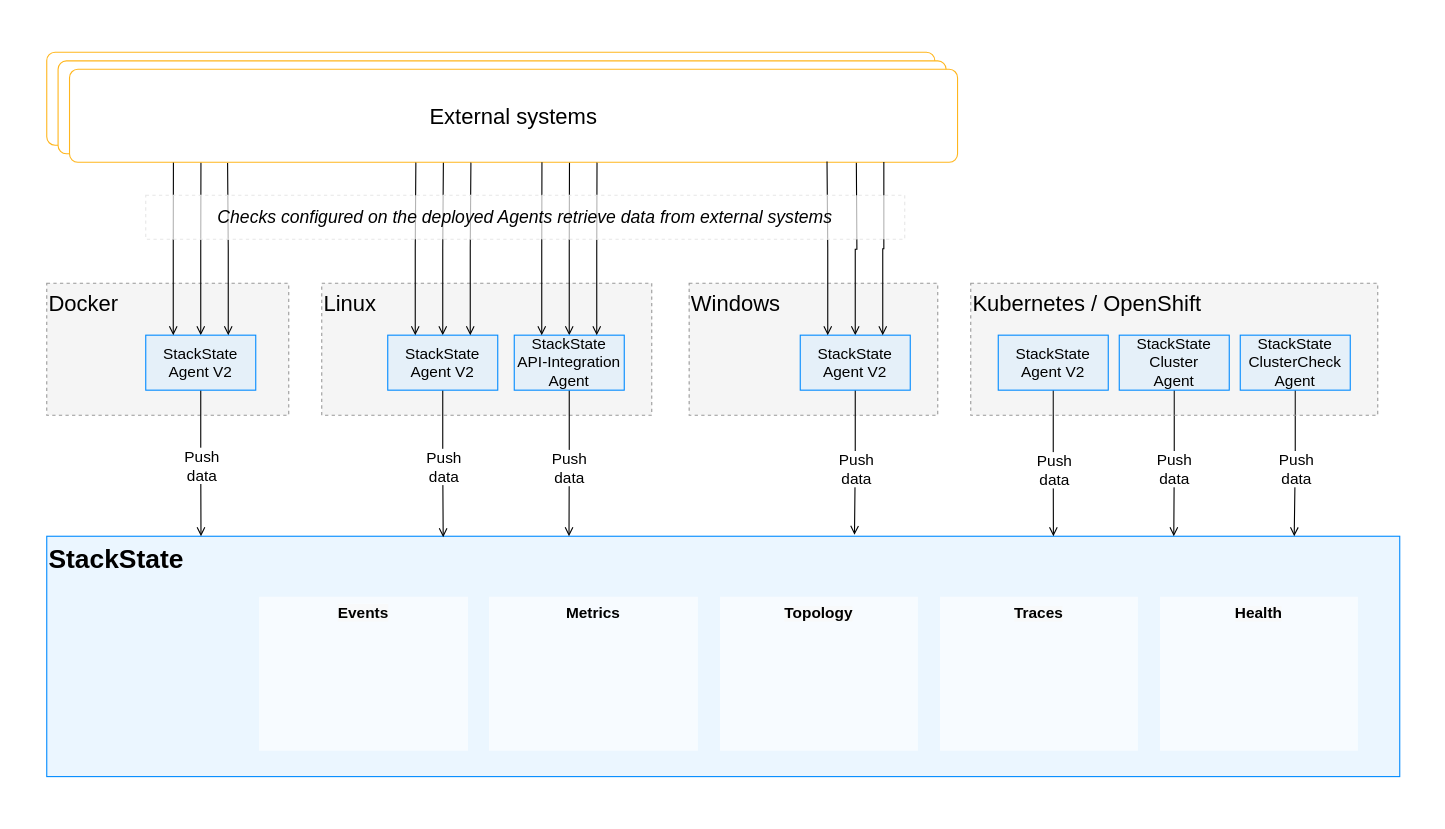
Earlier version of the draw.io diagram resources/drawio/stackstate-agent.drawio (StackVista/stackstate-docs). Source tidied: cells renumbered, new cells numbered last; positions are measured from the earlier drawing's top-left corner, leaving out a move shared by most shapes. Both pictures are drawn from the tidied source at 110%, with x=0, y=0 at pixel (19, 19).
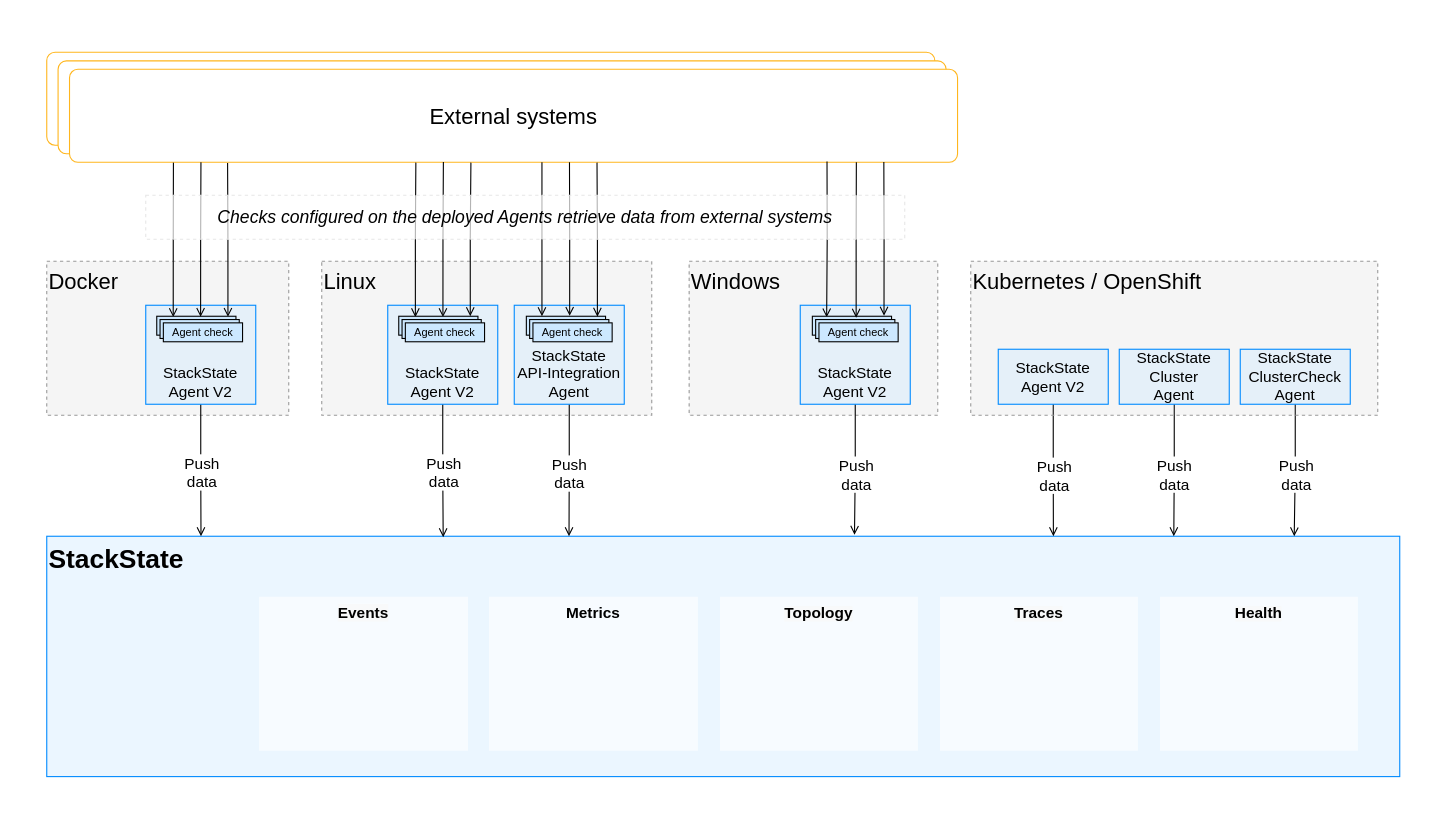
The same diagram, later.

The change refers to these unchanged cells:
```xml
<mxCell id="40" value="&lt;font style=&quot;font-size: 20px&quot;&gt;External systems&lt;/font&gt;" style="rounded=1;whiteSpace=wrap;html=1;align=center;arcSize=9;strokeColor=#FFB61E;" parent="37" vertex="1">
  <mxGeometry x="20.7" y="15.5" width="807.3" height="84.5" as="geometry" />
</mxCell>
```

Change to the diagram source:
```diff
@@
     <mxCell id="12" value="&lt;font style=&quot;font-size: 20px&quot;&gt;Docker&lt;/font&gt;" style="rounded=0;whiteSpace=wrap;html=1;align=left;arcSize=9;verticalAlign=top;strokeColor=#999999;dashed=1;fillColor=#999999;fillOpacity=10;" parent="1" vertex="1">
-      <mxGeometry x="25" y="240" width="220" height="120" as="geometry" />
+      <mxGeometry x="25" y="220" width="220" height="140" as="geometry" />
     </mxCell>
     <mxCell id="13" value="&lt;font style=&quot;font-size: 20px&quot;&gt;Linux&lt;/font&gt;" style="rounded=0;whiteSpace=wrap;html=1;align=left;arcSize=9;verticalAlign=top;strokeColor=#999999;dashed=1;fillColor=#999999;fillOpacity=10;" parent="1" vertex="1">
-      <mxGeometry x="275" y="240" width="300" height="120" as="geometry" />
+      <mxGeometry x="275" y="220" width="300" height="140" as="geometry" />
     </mxCell>
     <mxCell id="14" value="&lt;font style=&quot;font-size: 20px&quot;&gt;Windows&lt;/font&gt;" style="rounded=0;whiteSpace=wrap;html=1;align=left;arcSize=9;verticalAlign=top;strokeColor=#999999;dashed=1;fillColor=#999999;fillOpacity=10;" parent="1" vertex="1">
-      <mxGeometry x="609" y="240" width="226" height="120" as="geometry" />
+      <mxGeometry x="609" y="220" width="226" height="140" as="geometry" />
     </mxCell>
@@
-    <mxCell id="17" style="edgeStyle=orthogonalEdgeStyle;rounded=0;jettySize=auto;html=1;exitX=0.5;exitY=0;exitDx=0;exitDy=0;startArrow=open;startFill=0;endArrow=none;endFill=0;" parent="1" edge="1" source="18">
-      <mxGeometry relative="1" as="geometry">
-        <mxPoint x="761" y="130" as="targetPoint" />
-      </mxGeometry>
-    </mxCell>
-    <mxCell id="18" value="&lt;span style=&quot;font-style: normal&quot;&gt;&lt;font style=&quot;font-size: 14px&quot;&gt;StackState&lt;br&gt;Agent V2&lt;/font&gt;&lt;/span&gt;" style="rounded=0;whiteSpace=wrap;html=1;strokeWidth=1;strokeColor=#008AFF;fontStyle=2;fillColor=#CCE8FF;fillOpacity=40;" parent="1" vertex="1">
-      <mxGeometry x="710" y="287.2" width="100" height="50" as="geometry" />
+    <mxCell id="18" value="&lt;span style=&quot;font-style: normal&quot;&gt;&lt;font style=&quot;font-size: 14px&quot;&gt;StackState&lt;br&gt;Agent V2&lt;/font&gt;&lt;/span&gt;" style="rounded=0;whiteSpace=wrap;html=1;strokeWidth=1;strokeColor=#008AFF;fontStyle=2;fillColor=#CCE8FF;fillOpacity=40;verticalAlign=bottom;" parent="1" vertex="1">
+      <mxGeometry x="710" y="260" width="100" height="90" as="geometry" />
     </mxCell>
@@
-    <mxCell id="21" style="edgeStyle=orthogonalEdgeStyle;rounded=0;jettySize=auto;html=1;exitX=0.5;exitY=0;exitDx=0;exitDy=0;entryX=0.421;entryY=0.998;entryDx=0;entryDy=0;entryPerimeter=0;startArrow=open;startFill=0;endArrow=none;endFill=0;" parent="1" edge="1" source="22" target="40">
-      <mxGeometry relative="1" as="geometry" />
-    </mxCell>
-    <mxCell id="22" value="&lt;span style=&quot;font-style: normal&quot;&gt;&lt;font style=&quot;font-size: 14px&quot;&gt;StackState&lt;br&gt;Agent V2&lt;/font&gt;&lt;/span&gt;" style="rounded=0;whiteSpace=wrap;html=1;strokeWidth=1;strokeColor=#008AFF;fontStyle=2;fillColor=#CCE8FF;fillOpacity=40;" parent="1" vertex="1">
-      <mxGeometry x="335" y="287.2" width="100" height="50" as="geometry" />
+    <mxCell id="22" value="&lt;span style=&quot;font-style: normal&quot;&gt;&lt;font style=&quot;font-size: 14px&quot;&gt;StackState&lt;br&gt;Agent V2&lt;/font&gt;&lt;/span&gt;" style="rounded=0;whiteSpace=wrap;html=1;strokeWidth=1;strokeColor=#008AFF;fontStyle=2;fillColor=#CCE8FF;fillOpacity=40;verticalAlign=bottom;" parent="1" vertex="1">
+      <mxGeometry x="335" y="260" width="100" height="90" as="geometry" />
     </mxCell>
@@
-    <mxCell id="25" style="edgeStyle=orthogonalEdgeStyle;rounded=0;jettySize=auto;html=1;exitX=0.5;exitY=0;exitDx=0;exitDy=0;startArrow=open;startFill=0;endArrow=none;endFill=0;entryX=0.563;entryY=1;entryDx=0;entryDy=0;entryPerimeter=0;" parent="1" edge="1" source="26" target="40">
-      <mxGeometry relative="1" as="geometry" />
-    </mxCell>
-    <mxCell id="26" value="&lt;span style=&quot;font-size: 14px ; font-style: normal&quot;&gt;StackState&lt;br&gt;API-Integration Agent&lt;/span&gt;" style="rounded=0;whiteSpace=wrap;html=1;strokeWidth=1;strokeColor=#008AFF;fontStyle=2;fillColor=#CCE8FF;fillOpacity=40;" parent="1" vertex="1">
-      <mxGeometry x="450" y="287.2" width="100" height="50" as="geometry" />
+    <mxCell id="26" value="&lt;span style=&quot;font-size: 14px ; font-style: normal&quot;&gt;StackState&lt;br&gt;API-Integration Agent&lt;/span&gt;" style="rounded=0;whiteSpace=wrap;html=1;strokeWidth=1;strokeColor=#008AFF;fontStyle=2;fillColor=#CCE8FF;fillOpacity=40;verticalAlign=bottom;" parent="1" vertex="1">
+      <mxGeometry x="450" y="260" width="100" height="90" as="geometry" />
     </mxCell>
@@
-    <mxCell id="29" style="edgeStyle=orthogonalEdgeStyle;rounded=0;jettySize=auto;html=1;exitX=0.5;exitY=0;exitDx=0;exitDy=0;endArrow=none;endFill=0;startArrow=open;startFill=0;entryX=0.148;entryY=1;entryDx=0;entryDy=0;entryPerimeter=0;" parent="1" edge="1" source="30" target="40">
-      <mxGeometry relative="1" as="geometry" />
-    </mxCell>
-    <mxCell id="30" value="&lt;span style=&quot;font-style: normal&quot;&gt;&lt;font style=&quot;font-size: 14px&quot;&gt;StackState&lt;br&gt;Agent V2&lt;/font&gt;&lt;/span&gt;" style="rounded=0;whiteSpace=wrap;html=1;strokeWidth=1;strokeColor=#008AFF;fontStyle=2;fillColor=#CCE8FF;fillOpacity=40;" parent="1" vertex="1">
-      <mxGeometry x="115" y="287.2" width="100" height="50" as="geometry" />
+    <mxCell id="30" value="&lt;span style=&quot;font-style: normal&quot;&gt;&lt;font style=&quot;font-size: 14px&quot;&gt;StackState&lt;br&gt;Agent V2&lt;/font&gt;&lt;/span&gt;" style="rounded=0;whiteSpace=wrap;html=1;strokeWidth=1;strokeColor=#008AFF;fontStyle=2;fillColor=#CCE8FF;fillOpacity=40;verticalAlign=bottom;" parent="1" vertex="1">
+      <mxGeometry x="115" y="260" width="100" height="90" as="geometry" />
     </mxCell>
@@
     <mxCell id="41" value="&lt;font style=&quot;font-size: 20px&quot;&gt;Kubernetes / OpenShift&lt;/font&gt;" style="rounded=0;whiteSpace=wrap;html=1;align=left;arcSize=9;verticalAlign=top;strokeColor=#999999;dashed=1;fillColor=#999999;fillOpacity=10;" parent="1" vertex="1">
-      <mxGeometry x="865" y="240" width="370" height="120" as="geometry" />
+      <mxGeometry x="865" y="220" width="370" height="140" as="geometry" />
     </mxCell>
-    <mxCell id="42" style="group;" parent="1" vertex="1">
-      <mxGeometry x="890" y="287.2" width="320" height="50" as="geometry" />
+    <mxCell id="42" style="group;verticalAlign=bottom;" parent="1" vertex="1">
+      <mxGeometry x="890" y="300" width="320" height="50" as="geometry" />
     </mxCell>
@@
-    <mxCell id="46" style="edgeStyle=orthogonalEdgeStyle;rounded=0;jettySize=auto;html=1;exitX=0.75;exitY=0;exitDx=0;exitDy=0;endArrow=none;endFill=0;startArrow=open;startFill=0;entryX=0.178;entryY=1.007;entryDx=0;entryDy=0;entryPerimeter=0;" parent="1" edge="1" source="30" target="40">
+    <mxCell id="46" style="edgeStyle=orthogonalEdgeStyle;rounded=0;jettySize=auto;html=1;exitX=0.899;exitY=0.032;exitDx=0;exitDy=0;endArrow=none;endFill=0;startArrow=open;startFill=0;entryX=0.178;entryY=1.007;entryDx=0;entryDy=0;entryPerimeter=0;exitPerimeter=0;" parent="1" edge="1" source="64" target="40">
       <mxGeometry relative="1" as="geometry" />
     </mxCell>
-    <mxCell id="47" style="edgeStyle=orthogonalEdgeStyle;rounded=0;jettySize=auto;html=1;exitX=0.25;exitY=0;exitDx=0;exitDy=0;endArrow=none;endFill=0;startArrow=open;startFill=0;entryX=0.117;entryY=1.004;entryDx=0;entryDy=0;entryPerimeter=0;" parent="1" edge="1" source="30" target="40">
+    <mxCell id="47" style="edgeStyle=orthogonalEdgeStyle;rounded=0;jettySize=auto;html=1;exitX=0.208;exitY=0.046;exitDx=0;exitDy=0;endArrow=none;endFill=0;startArrow=open;startFill=0;entryX=0.117;entryY=1.004;entryDx=0;entryDy=0;entryPerimeter=0;exitPerimeter=0;" parent="1" edge="1" source="64" target="40">
       <mxGeometry relative="1" as="geometry" />
     </mxCell>
+    <mxCell id="53" style="edgeStyle=orthogonalEdgeStyle;rounded=0;jettySize=auto;html=1;startArrow=open;startFill=0;endArrow=none;endFill=0;entryX=0.853;entryY=0.991;entryDx=0;entryDy=0;entryPerimeter=0;" parent="1" edge="1" target="40">
+      <mxGeometry relative="1" as="geometry">
+        <mxPoint x="734" y="271" as="sourcePoint" />
+      </mxGeometry>
+    </mxCell>
+    <mxCell id="21" style="edgeStyle=orthogonalEdgeStyle;rounded=0;jettySize=auto;html=1;exitX=0.558;exitY=0.046;exitDx=0;exitDy=0;entryX=0.421;entryY=0.998;entryDx=0;entryDy=0;entryPerimeter=0;startArrow=open;startFill=0;endArrow=none;endFill=0;exitPerimeter=0;" parent="1" edge="1" source="56" target="40">
+      <mxGeometry relative="1" as="geometry" />
+    </mxCell>
-    <mxCell id="48" style="edgeStyle=orthogonalEdgeStyle;rounded=0;jettySize=auto;html=1;exitX=0.25;exitY=0;exitDx=0;exitDy=0;endArrow=none;endFill=0;startArrow=open;startFill=0;entryX=0.39;entryY=1.004;entryDx=0;entryDy=0;entryPerimeter=0;" parent="1" edge="1" source="22" target="40">
+    <mxCell id="48" style="edgeStyle=orthogonalEdgeStyle;rounded=0;jettySize=auto;html=1;endArrow=none;endFill=0;startArrow=open;startFill=0;entryX=0.39;entryY=1.004;entryDx=0;entryDy=0;entryPerimeter=0;exitX=0.21;exitY=0.047;exitDx=0;exitDy=0;exitPerimeter=0;" parent="1" edge="1" source="56" target="40">
       <mxGeometry relative="1" as="geometry" />
     </mxCell>
-    <mxCell id="49" style="edgeStyle=orthogonalEdgeStyle;rounded=0;jettySize=auto;html=1;exitX=0.75;exitY=0;exitDx=0;exitDy=0;endArrow=none;endFill=0;startArrow=open;startFill=0;entryX=0.452;entryY=1.004;entryDx=0;entryDy=0;entryPerimeter=0;" parent="1" edge="1" source="22" target="40">
+    <mxCell id="49" style="edgeStyle=orthogonalEdgeStyle;rounded=0;jettySize=auto;html=1;exitX=0.903;exitY=0;exitDx=0;exitDy=0;endArrow=none;endFill=0;startArrow=open;startFill=0;entryX=0.452;entryY=1.004;entryDx=0;entryDy=0;entryPerimeter=0;exitPerimeter=0;" parent="1" edge="1" source="56" target="40">
       <mxGeometry relative="1" as="geometry" />
     </mxCell>
+    <mxCell id="55" style="group;" parent="1" vertex="1">
+      <mxGeometry x="345" y="270" width="78" height="23.2" as="geometry" />
+    </mxCell>
+    <mxCell id="56" style="rounded=0;whiteSpace=wrap;html=1;strokeWidth=1;fontStyle=2;fillColor=#CCE8FF;fillOpacity=100;verticalAlign=bottom;" parent="55" vertex="1">
+      <mxGeometry width="72" height="17.2" as="geometry" />
+    </mxCell>
+    <mxCell id="57" style="rounded=0;whiteSpace=wrap;html=1;strokeWidth=1;fontStyle=2;fillColor=#CCE8FF;fillOpacity=100;verticalAlign=bottom;" parent="55" vertex="1">
+      <mxGeometry x="3" y="3" width="72" height="17.2" as="geometry" />
+    </mxCell>
+    <mxCell id="58" value="&lt;span style=&quot;font-style: normal&quot;&gt;&lt;font style=&quot;font-size: 10px&quot;&gt;Agent check&lt;/font&gt;&lt;/span&gt;" style="rounded=0;whiteSpace=wrap;html=1;strokeWidth=1;fontStyle=2;fillColor=#CCE8FF;fillOpacity=100;verticalAlign=bottom;" parent="55" vertex="1">
+      <mxGeometry x="6" y="6" width="72" height="17.2" as="geometry" />
+    </mxCell>
+    <mxCell id="59" style="group;rotation=90;" parent="1" vertex="1">
+      <mxGeometry x="461" y="270" width="78" height="23.2" as="geometry" />
+    </mxCell>
+    <mxCell id="60" style="rounded=0;whiteSpace=wrap;html=1;strokeWidth=1;fontStyle=2;fillColor=#CCE8FF;fillOpacity=100;verticalAlign=bottom;" parent="59" vertex="1">
+      <mxGeometry width="72" height="17.2" as="geometry" />
+    </mxCell>
+    <mxCell id="61" style="rounded=0;whiteSpace=wrap;html=1;strokeWidth=1;fontStyle=2;fillColor=#CCE8FF;fillOpacity=100;verticalAlign=bottom;" parent="59" vertex="1">
+      <mxGeometry x="3" y="3" width="72" height="17.2" as="geometry" />
+    </mxCell>
+    <mxCell id="62" value="&lt;span style=&quot;font-style: normal&quot;&gt;&lt;font style=&quot;font-size: 10px&quot;&gt;Agent check&lt;/font&gt;&lt;/span&gt;" style="rounded=0;whiteSpace=wrap;html=1;strokeWidth=1;fontStyle=2;fillColor=#CCE8FF;fillOpacity=100;verticalAlign=bottom;" parent="59" vertex="1">
+      <mxGeometry x="6" y="6" width="72" height="17.2" as="geometry" />
+    </mxCell>
+    <mxCell id="25" style="edgeStyle=orthogonalEdgeStyle;rounded=0;jettySize=auto;html=1;exitX=0.547;exitY=-0.023;exitDx=0;exitDy=0;startArrow=open;startFill=0;endArrow=none;endFill=0;entryX=0.563;entryY=1;entryDx=0;entryDy=0;entryPerimeter=0;exitPerimeter=0;" parent="1" edge="1" source="60" target="40">
+      <mxGeometry relative="1" as="geometry" />
+    </mxCell>
-    <mxCell id="50" style="edgeStyle=orthogonalEdgeStyle;rounded=0;jettySize=auto;html=1;exitX=0.25;exitY=0;exitDx=0;exitDy=0;endArrow=none;endFill=0;startArrow=open;startFill=0;entryX=0.532;entryY=1.001;entryDx=0;entryDy=0;entryPerimeter=0;" parent="1" edge="1" source="26" target="40">
+    <mxCell id="50" style="edgeStyle=orthogonalEdgeStyle;rounded=0;jettySize=auto;html=1;exitX=0.197;exitY=0;exitDx=0;exitDy=0;endArrow=none;endFill=0;startArrow=open;startFill=0;entryX=0.532;entryY=1.001;entryDx=0;entryDy=0;entryPerimeter=0;exitPerimeter=0;" parent="1" edge="1" source="60" target="40">
       <mxGeometry relative="1" as="geometry" />
     </mxCell>
-    <mxCell id="51" style="edgeStyle=orthogonalEdgeStyle;rounded=0;jettySize=auto;html=1;exitX=0.75;exitY=0;exitDx=0;exitDy=0;endArrow=none;endFill=0;startArrow=open;startFill=0;entryX=0.594;entryY=1.004;entryDx=0;entryDy=0;entryPerimeter=0;" parent="1" edge="1" source="26" target="40">
+    <mxCell id="51" style="edgeStyle=orthogonalEdgeStyle;rounded=0;jettySize=auto;html=1;exitX=0.897;exitY=0.023;exitDx=0;exitDy=0;endArrow=none;endFill=0;startArrow=open;startFill=0;entryX=0.594;entryY=1.004;entryDx=0;entryDy=0;entryPerimeter=0;exitPerimeter=0;" parent="1" edge="1" source="60" target="40">
       <mxGeometry relative="1" as="geometry" />
     </mxCell>
+    <mxCell id="63" style="group;" parent="1" vertex="1">
+      <mxGeometry x="125" y="270" width="78" height="23.2" as="geometry" />
+    </mxCell>
+    <mxCell id="64" style="rounded=0;whiteSpace=wrap;html=1;strokeWidth=1;fontStyle=2;fillColor=#CCE8FF;fillOpacity=100;verticalAlign=bottom;" parent="63" vertex="1">
+      <mxGeometry width="72" height="17.2" as="geometry" />
+    </mxCell>
+    <mxCell id="65" style="rounded=0;whiteSpace=wrap;html=1;strokeWidth=1;fontStyle=2;fillColor=#CCE8FF;fillOpacity=100;verticalAlign=bottom;" parent="63" vertex="1">
+      <mxGeometry x="3" y="3" width="72" height="17.2" as="geometry" />
+    </mxCell>
+    <mxCell id="66" value="&lt;span style=&quot;font-style: normal&quot;&gt;&lt;font style=&quot;font-size: 10px&quot;&gt;Agent check&lt;/font&gt;&lt;/span&gt;" style="rounded=0;whiteSpace=wrap;html=1;strokeWidth=1;fontStyle=2;fillColor=#CCE8FF;fillOpacity=100;verticalAlign=bottom;" parent="63" vertex="1">
+      <mxGeometry x="6" y="6" width="72" height="17.2" as="geometry" />
+    </mxCell>
+    <mxCell id="29" style="edgeStyle=orthogonalEdgeStyle;rounded=0;jettySize=auto;html=1;exitX=0.512;exitY=-0.142;exitDx=0;exitDy=0;endArrow=none;endFill=0;startArrow=open;startFill=0;entryX=0.148;entryY=1;entryDx=0;entryDy=0;entryPerimeter=0;exitPerimeter=0;" parent="1" edge="1" source="65" target="40">
+      <mxGeometry relative="1" as="geometry" />
+    </mxCell>
+    <mxCell id="67" style="group;" parent="1" vertex="1">
+      <mxGeometry x="721" y="270" width="78" height="23.2" as="geometry" />
+    </mxCell>
+    <mxCell id="68" style="rounded=0;whiteSpace=wrap;html=1;strokeWidth=1;fontStyle=2;fillColor=#CCE8FF;fillOpacity=100;verticalAlign=bottom;" parent="67" vertex="1">
+      <mxGeometry width="72" height="17.2" as="geometry" />
+    </mxCell>
+    <mxCell id="69" style="rounded=0;whiteSpace=wrap;html=1;strokeWidth=1;fontStyle=2;fillColor=#CCE8FF;fillOpacity=100;verticalAlign=bottom;" parent="67" vertex="1">
+      <mxGeometry x="3" y="3" width="72" height="17.2" as="geometry" />
+    </mxCell>
+    <mxCell id="70" value="&lt;span style=&quot;font-style: normal&quot;&gt;&lt;font style=&quot;font-size: 10px&quot;&gt;Agent check&lt;/font&gt;&lt;/span&gt;" style="rounded=0;whiteSpace=wrap;html=1;strokeWidth=1;fontStyle=2;fillColor=#CCE8FF;fillOpacity=100;verticalAlign=bottom;" parent="67" vertex="1">
+      <mxGeometry x="6" y="6" width="72" height="17.2" as="geometry" />
+    </mxCell>
+    <mxCell id="17" style="edgeStyle=orthogonalEdgeStyle;rounded=0;jettySize=auto;html=1;exitX=0.553;exitY=0.075;exitDx=0;exitDy=0;startArrow=open;startFill=0;endArrow=none;endFill=0;exitPerimeter=0;" parent="1" edge="1" source="68">
+      <mxGeometry relative="1" as="geometry">
+        <mxPoint x="761" y="130" as="targetPoint" />
+      </mxGeometry>
+    </mxCell>
-    <mxCell id="52" style="edgeStyle=orthogonalEdgeStyle;rounded=0;jettySize=auto;html=1;exitX=0.75;exitY=0;exitDx=0;exitDy=0;startArrow=open;startFill=0;endArrow=none;endFill=0;entryX=0.917;entryY=0.997;entryDx=0;entryDy=0;entryPerimeter=0;" parent="1" edge="1" source="18" target="40">
+    <mxCell id="52" style="edgeStyle=orthogonalEdgeStyle;rounded=0;jettySize=auto;html=1;exitX=0.905;exitY=-0.03;exitDx=0;exitDy=0;startArrow=open;startFill=0;endArrow=none;endFill=0;entryX=0.917;entryY=0.997;entryDx=0;entryDy=0;entryPerimeter=0;exitPerimeter=0;" parent="1" edge="1" source="68" target="40">
       <mxGeometry relative="1" as="geometry" />
     </mxCell>
-    <mxCell id="53" style="edgeStyle=orthogonalEdgeStyle;rounded=0;jettySize=auto;html=1;exitX=0.25;exitY=0;exitDx=0;exitDy=0;startArrow=open;startFill=0;endArrow=none;endFill=0;entryX=0.853;entryY=0.991;entryDx=0;entryDy=0;entryPerimeter=0;" parent="1" edge="1" source="18" target="40">
-      <mxGeometry relative="1" as="geometry" />
-    </mxCell>
```
